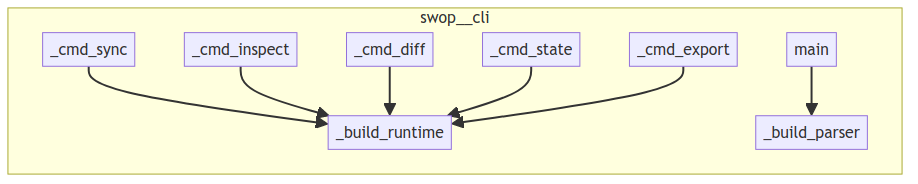
This is project/calls.png from semcod/swop, a Mermaid export, as it was before one commit. Its source is kept beside it as project/calls.mmd. Its diagram source:
```mermaid
flowchart LR
    subgraph swop__cli
        swop__cli___build_runtime["_build_runtime"]
        swop__cli___cmd_diff["_cmd_diff"]
        swop__cli__main["main"]
        swop__cli___build_parser["_build_parser"]
        swop__cli___cmd_export["_cmd_export"]
        swop__cli___cmd_sync["_cmd_sync"]
        swop__cli___cmd_inspect["_cmd_inspect"]
        swop__cli___cmd_state["_cmd_state"]
    end
    swop__cli___cmd_sync --> swop__cli___build_runtime
    swop__cli___cmd_inspect --> swop__cli___build_runtime
    swop__cli___cmd_diff --> swop__cli___build_runtime
    swop__cli___cmd_state --> swop__cli___build_runtime
    swop__cli___cmd_export --> swop__cli___build_runtime
    swop__cli__main --> swop__cli___build_parser
```
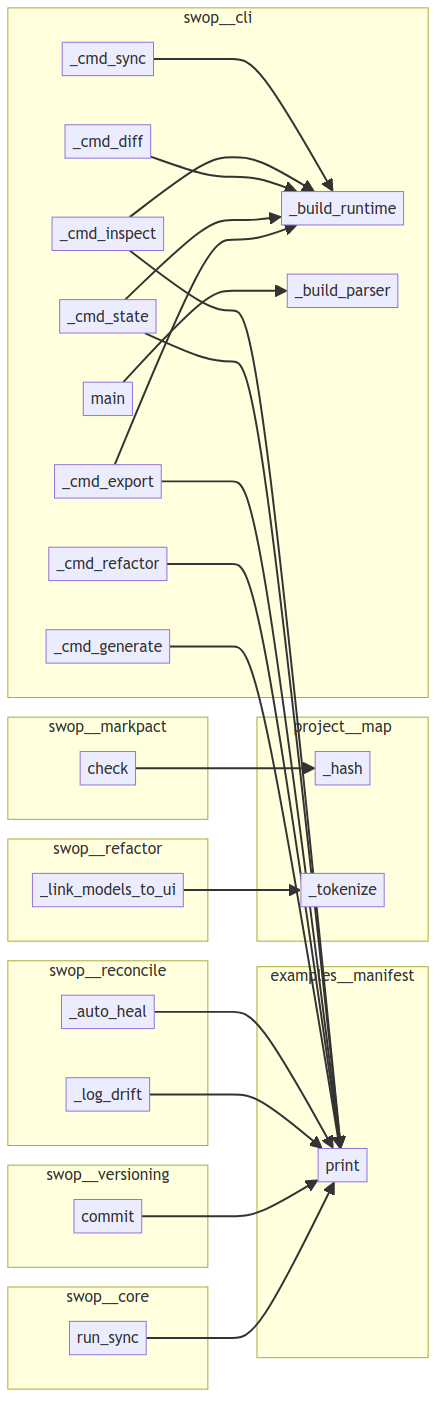
The same file after the commit.

What changed in the source:
```diff
@@ -1,17 +1,53 @@
 flowchart LR
+    subgraph examples__manifest
+        examples__manifest__print["print"]
+    end
+    subgraph project__map
+        project__map__toon___hash["_hash"]
+        project__map__toon___tokenize["_tokenize"]
+    end
     subgraph swop__cli
         swop__cli___build_runtime["_build_runtime"]
+        swop__cli___cmd_state["_cmd_state"]
         swop__cli___cmd_diff["_cmd_diff"]
+        swop__cli___cmd_refactor["_cmd_refactor"]
+        swop__cli___build_parser["_build_parser"]
+        swop__cli___cmd_generate["_cmd_generate"]
+        swop__cli___cmd_inspect["_cmd_inspect"]
+        swop__cli___cmd_sync["_cmd_sync"]
         swop__cli__main["main"]
-        swop__cli___build_parser["_build_parser"]
         swop__cli___cmd_export["_cmd_export"]
-        swop__cli___cmd_sync["_cmd_sync"]
-        swop__cli___cmd_inspect["_cmd_inspect"]
-        swop__cli___cmd_state["_cmd_state"]
     end
+    subgraph swop__core
+        swop__core__SwopRuntime__run_sync["run_sync"]
+    end
+    subgraph swop__markpact
+        swop__markpact__sync_engine__ManifestSyncEngine__check["check"]
+    end
+    subgraph swop__reconcile
+        swop__reconcile__ResyncEngine___auto_heal["_auto_heal"]
+        swop__reconcile__ResyncEngine___log_drift["_log_drift"]
+    end
+    subgraph swop__refactor
+        swop__refactor__pipeline__RefactorPipeline___link_models_to_ui["_link_models_to_ui"]
+    end
+    subgraph swop__versioning
+        swop__versioning__Versioning__commit["commit"]
+    end
+    swop__reconcile__ResyncEngine___auto_heal --> examples__manifest__print
+    swop__reconcile__ResyncEngine___log_drift --> examples__manifest__print
     swop__cli___cmd_sync --> swop__cli___build_runtime
     swop__cli___cmd_inspect --> swop__cli___build_runtime
+    swop__cli___cmd_inspect --> examples__manifest__print
     swop__cli___cmd_diff --> swop__cli___build_runtime
     swop__cli___cmd_state --> swop__cli___build_runtime
+    swop__cli___cmd_state --> examples__manifest__print
     swop__cli___cmd_export --> swop__cli___build_runtime
+    swop__cli___cmd_export --> examples__manifest__print
+    swop__cli___cmd_refactor --> examples__manifest__print
+    swop__cli___cmd_generate --> examples__manifest__print
     swop__cli__main --> swop__cli___build_parser
+    swop__versioning__Versioning__commit --> examples__manifest__print
+    swop__core__SwopRuntime__run_sync --> examples__manifest__print
+    swop__markpact__sync_engine__ManifestSyncEngine__check --> project__map__toon___hash
+    swop__refactor__pipeline__RefactorPipeline___link_models_to_ui --> project__map__toon___tokenize
```
